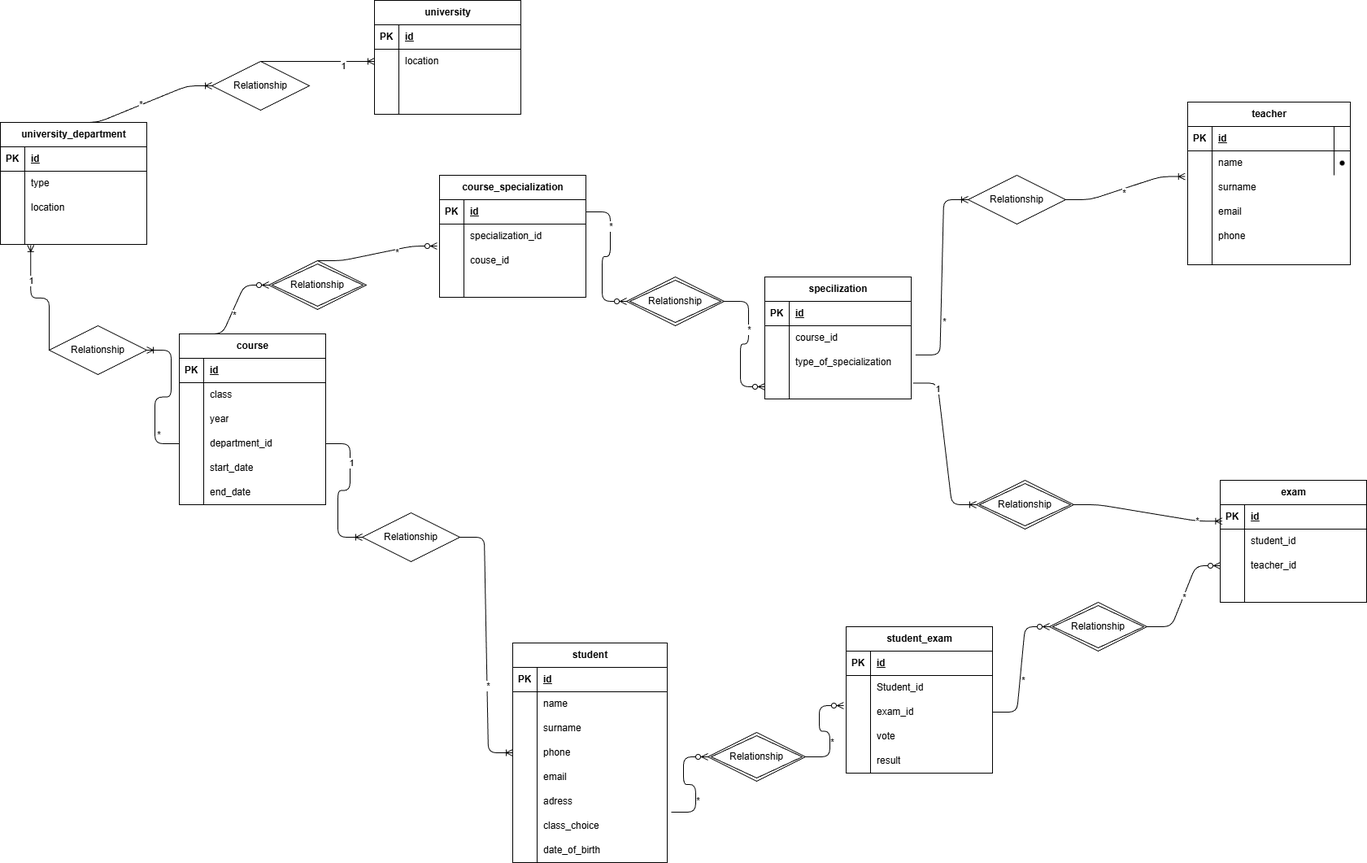
Before: scheme.png, a diagram exported from draw.io (BkStyle89/db-university). Source tidied: cells renumbered, new cells last; positions are measured from the earlier drawing's top-left corner, leaving out a move shared by most shapes.
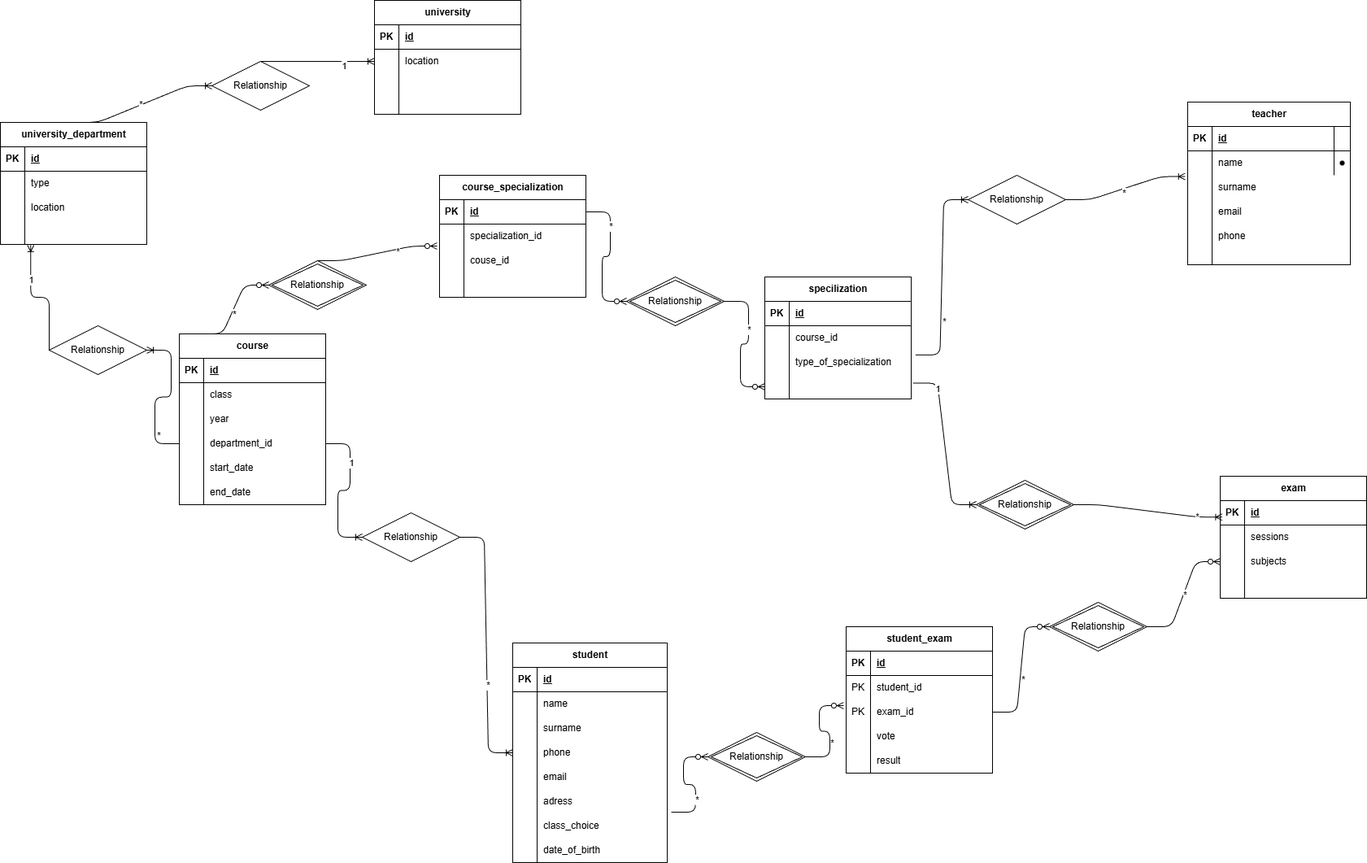
Above is the later version.

Commit message:
exam correction

The edit, as a diff of the source:
```diff
@@ -78,7 +78,7 @@
       <mxGeometry x="30" width="160" height="30" as="geometry" />
     </mxCell>
     <mxCell id="27" value="exam" style="shape=table;startSize=30;rowLines=0;fontStyle=1;align=center;html=1;" parent="1" vertex="1">
-      <mxGeometry x="1500" y="590" width="180" height="150" as="geometry" />
+      <mxGeometry x="1500" y="585" width="180" height="150" as="geometry" />
     </mxCell>
     <mxCell id="28" style="shape=tableRow;horizontal=0;startSize=0;swimlaneHead=0;swimlaneBody=0;fillColor=none;points=[[0,0.5],[1,0.5]];portConstraint=eastwest;top=0;left=0;right=0;bottom=1;" parent="27" vertex="1">
       <mxGeometry y="30" width="180" height="30" as="geometry" />
@@ -95,7 +95,7 @@
     <mxCell id="32" style="shape=partialRectangle;fillColor=none;top=0;left=0;bottom=0;right=0;overflow=hidden;whiteSpace=wrap;html=1;" parent="31" vertex="1">
       <mxGeometry width="30" height="30" as="geometry" />
     </mxCell>
-    <mxCell id="33" value="student_id" style="shape=partialRectangle;fillColor=none;top=0;left=0;bottom=0;right=0;align=left;spacingLeft=6;overflow=hidden;whiteSpace=wrap;html=1;" parent="31" vertex="1">
+    <mxCell id="33" value="sessions" style="shape=partialRectangle;fillColor=none;top=0;left=0;bottom=0;right=0;align=left;spacingLeft=6;overflow=hidden;whiteSpace=wrap;html=1;" parent="31" vertex="1">
       <mxGeometry x="30" width="150" height="30" as="geometry" />
     </mxCell>
     <mxCell id="34" style="shape=tableRow;horizontal=0;startSize=0;swimlaneHead=0;swimlaneBody=0;fillColor=none;points=[[0,0.5],[1,0.5]];portConstraint=eastwest;top=0;left=0;right=0;bottom=0;" parent="27" vertex="1">
@@ -104,7 +104,7 @@
     <mxCell id="35" style="shape=partialRectangle;fillColor=none;top=0;left=0;bottom=0;right=0;overflow=hidden;whiteSpace=wrap;html=1;" parent="34" vertex="1">
       <mxGeometry width="30" height="30" as="geometry" />
     </mxCell>
-    <mxCell id="36" value="teacher_id" style="shape=partialRectangle;fillColor=none;top=0;left=0;bottom=0;right=0;align=left;spacingLeft=6;overflow=hidden;whiteSpace=wrap;html=1;" parent="34" vertex="1">
+    <mxCell id="36" value="subjects" style="shape=partialRectangle;fillColor=none;top=0;left=0;bottom=0;right=0;align=left;spacingLeft=6;overflow=hidden;whiteSpace=wrap;html=1;" parent="34" vertex="1">
       <mxGeometry x="30" width="150" height="30" as="geometry" />
     </mxCell>
     <mxCell id="37" style="shape=tableRow;horizontal=0;startSize=0;swimlaneHead=0;swimlaneBody=0;fillColor=none;top=0;left=0;right=0;bottom=0;" parent="27" vertex="1">
@@ -456,16 +456,16 @@
     <mxCell id="147" style="shape=tableRow;horizontal=0;startSize=0;swimlaneHead=0;swimlaneBody=0;fillColor=none;top=0;left=0;right=0;bottom=0;" parent="143" vertex="1">
       <mxGeometry y="60" width="180" height="30" as="geometry" />
     </mxCell>
-    <mxCell id="148" style="shape=partialRectangle;fillColor=none;top=0;left=0;bottom=0;right=0;overflow=hidden;whiteSpace=wrap;html=1;" parent="147" vertex="1">
+    <mxCell id="148" value="PK" style="shape=partialRectangle;fillColor=none;top=0;left=0;bottom=0;right=0;overflow=hidden;whiteSpace=wrap;html=1;" parent="147" vertex="1">
       <mxGeometry width="30" height="30" as="geometry" />
     </mxCell>
-    <mxCell id="149" value="Student_id" style="shape=partialRectangle;fillColor=none;top=0;left=0;bottom=0;right=0;align=left;spacingLeft=6;overflow=hidden;whiteSpace=wrap;html=1;" parent="147" vertex="1">
+    <mxCell id="149" value="student_id" style="shape=partialRectangle;fillColor=none;top=0;left=0;bottom=0;right=0;align=left;spacingLeft=6;overflow=hidden;whiteSpace=wrap;html=1;" parent="147" vertex="1">
       <mxGeometry x="30" width="150" height="30" as="geometry" />
     </mxCell>
     <mxCell id="150" style="shape=tableRow;horizontal=0;startSize=0;swimlaneHead=0;swimlaneBody=0;fillColor=none;points=[[0,0.5],[1,0.5]];portConstraint=eastwest;top=0;left=0;right=0;bottom=0;" parent="143" vertex="1">
       <mxGeometry y="90" width="180" height="30" as="geometry" />
     </mxCell>
-    <mxCell id="151" style="shape=partialRectangle;fillColor=none;top=0;left=0;bottom=0;right=0;overflow=hidden;whiteSpace=wrap;html=1;" parent="150" vertex="1">
+    <mxCell id="151" value="PK" style="shape=partialRectangle;fillColor=none;top=0;left=0;bottom=0;right=0;overflow=hidden;whiteSpace=wrap;html=1;" parent="150" vertex="1">
       <mxGeometry width="30" height="30" as="geometry" />
     </mxCell>
     <mxCell id="152" value="exam_id" style="shape=partialRectangle;fillColor=none;top=0;left=0;bottom=0;right=0;align=left;spacingLeft=6;overflow=hidden;whiteSpace=wrap;html=1;" parent="150" vertex="1">
```
